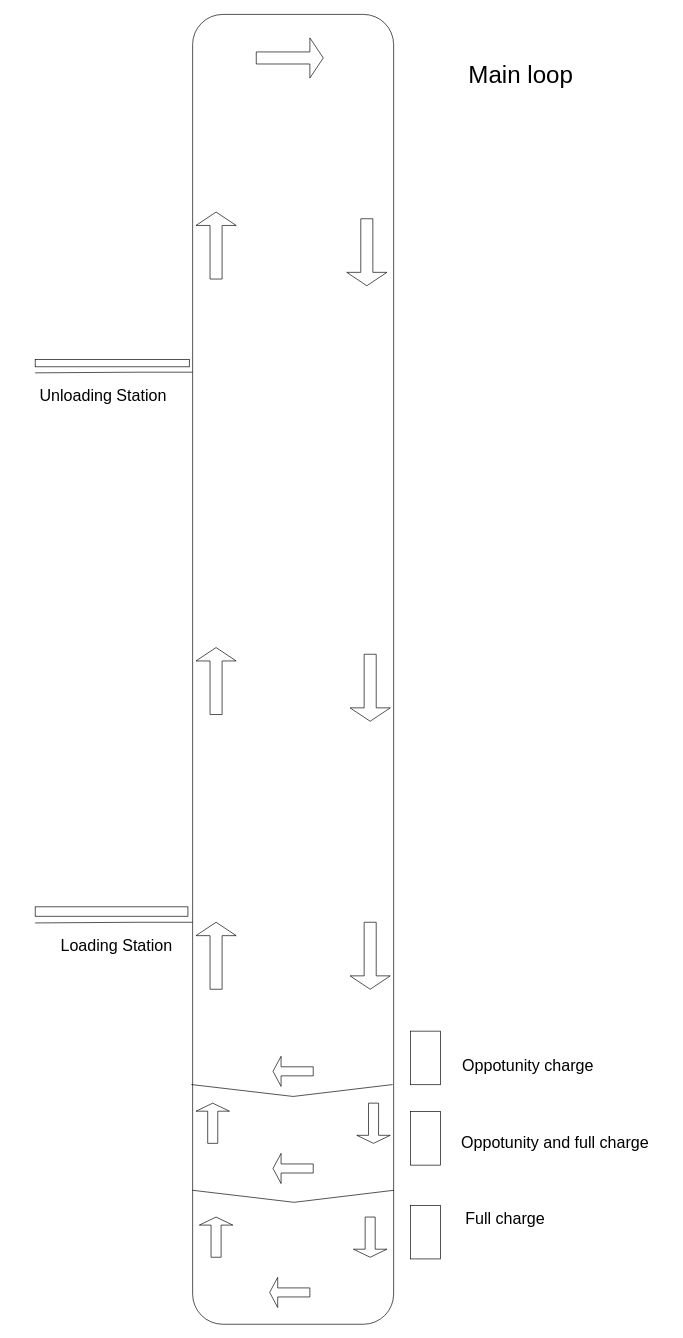
Before: ADM AGV Layou.drawio in netCIS0xD/testRepository, a draw.io diagram. Source tidied: cells renumbered, new cells numbered last; positions are measured from the earlier drawing's top-left corner, leaving out a move shared by most shapes. Both pictures are drawn from the tidied source at 67%, with x=0, y=0 at pixel (-362, 38).
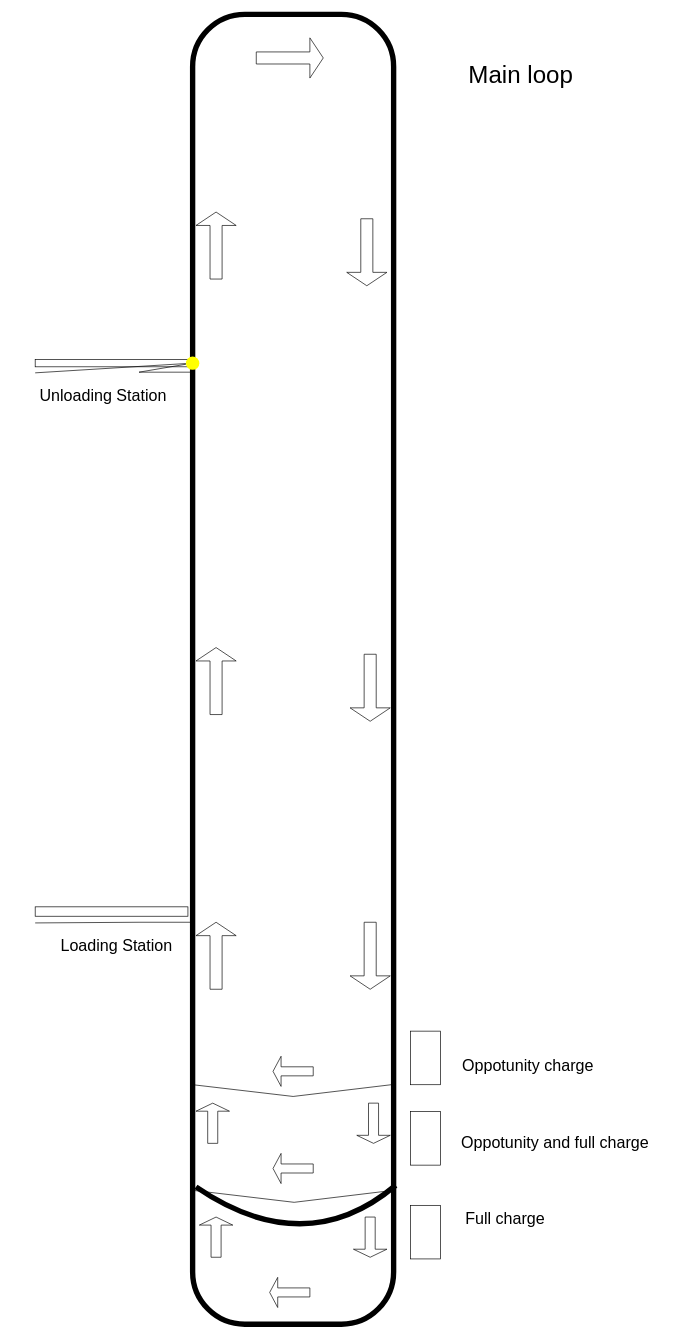
After the change.

What changed in the source:
```diff
@@
-    <mxCell id="2" style="rounded=1;whiteSpace=wrap;html=1;rotation=90;" parent="1" vertex="1">
+    <mxCell id="2" style="rounded=1;whiteSpace=wrap;html=1;rotation=90;strokeWidth=8;arcSize=26;" parent="1" vertex="1">
       <mxGeometry x="-0.5" y="792.5" width="1955" height="300" as="geometry" />
     </mxCell>
@@
-    <mxCell id="5" style="endArrow=none;html=1;rounded=0;" parent="1" edge="1">
+    <mxCell id="5" style="endArrow=none;html=1;rounded=0;" parent="1" edge="1" source="33">
       <mxGeometry relative="1" as="geometry">
-        <mxPoint x="592" y="500" as="sourcePoint" />
         <mxPoint x="827" y="499" as="targetPoint" />
         <Array as="points">
           <mxPoint x="747" y="499" />
         </Array>
       </mxGeometry>
     </mxCell>
@@
+    <mxCell id="32" style="endArrow=none;html=1;rounded=0;" parent="1" edge="1" target="33">
+      <mxGeometry relative="1" as="geometry">
+        <mxPoint x="592" y="500" as="sourcePoint" />
+      </mxGeometry>
+    </mxCell>
+    <mxCell id="33" style="ellipse;whiteSpace=wrap;html=1;fillStyle=solid;fillColor=light-dark(#FFFF00,#E1D5E7);strokeColor=none;" parent="1" vertex="1">
+      <mxGeometry x="817" y="475.5" width="20" height="20" as="geometry" />
+    </mxCell>
+    <mxCell id="34" style="curved=1;endArrow=none;html=1;rounded=0;strokeWidth=8;endFill=0;entryX=0.894;entryY=-0.01;entryDx=0;entryDy=0;entryPerimeter=0;" parent="1" edge="1" target="2">
+      <mxGeometry relative="1" as="geometry">
+        <mxPoint x="832" y="1715" as="sourcePoint" />
+        <Array as="points">
+          <mxPoint x="912" y="1770" />
+          <mxPoint x="1062" y="1770" />
+        </Array>
+      </mxGeometry>
+    </mxCell>
```
